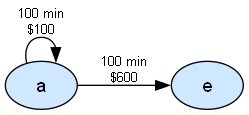
This is imagenes/red_metro.png from martindiazm/Proyecto_ChosenMove_MDJG, a Graphviz export, as it was before one commit. Its source is kept beside it as imagenes/red_metro.dot.
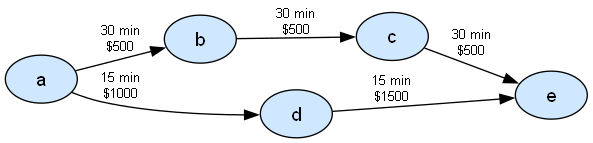
The same diagram one commit later.

The edit, as a diff of the source:
```diff
@@ -4,8 +4,14 @@
 edge [fontname="Helvetica", fontsize=10];
 
 "a";
+"b";
+"c";
+"d";
 "e";
 
-"a" -> "e" [label="100 min\n$600"];
-"a" -> "a" [label="100 min\n$100"];
+"a" -> "b" [label="30 min\n$500"];
+"a" -> "d" [label="15 min\n$1000"];
+"b" -> "c" [label="30 min\n$500"];
+"c" -> "e" [label="30 min\n$500"];
+"d" -> "e" [label="15 min\n$1500"];
 }
```
